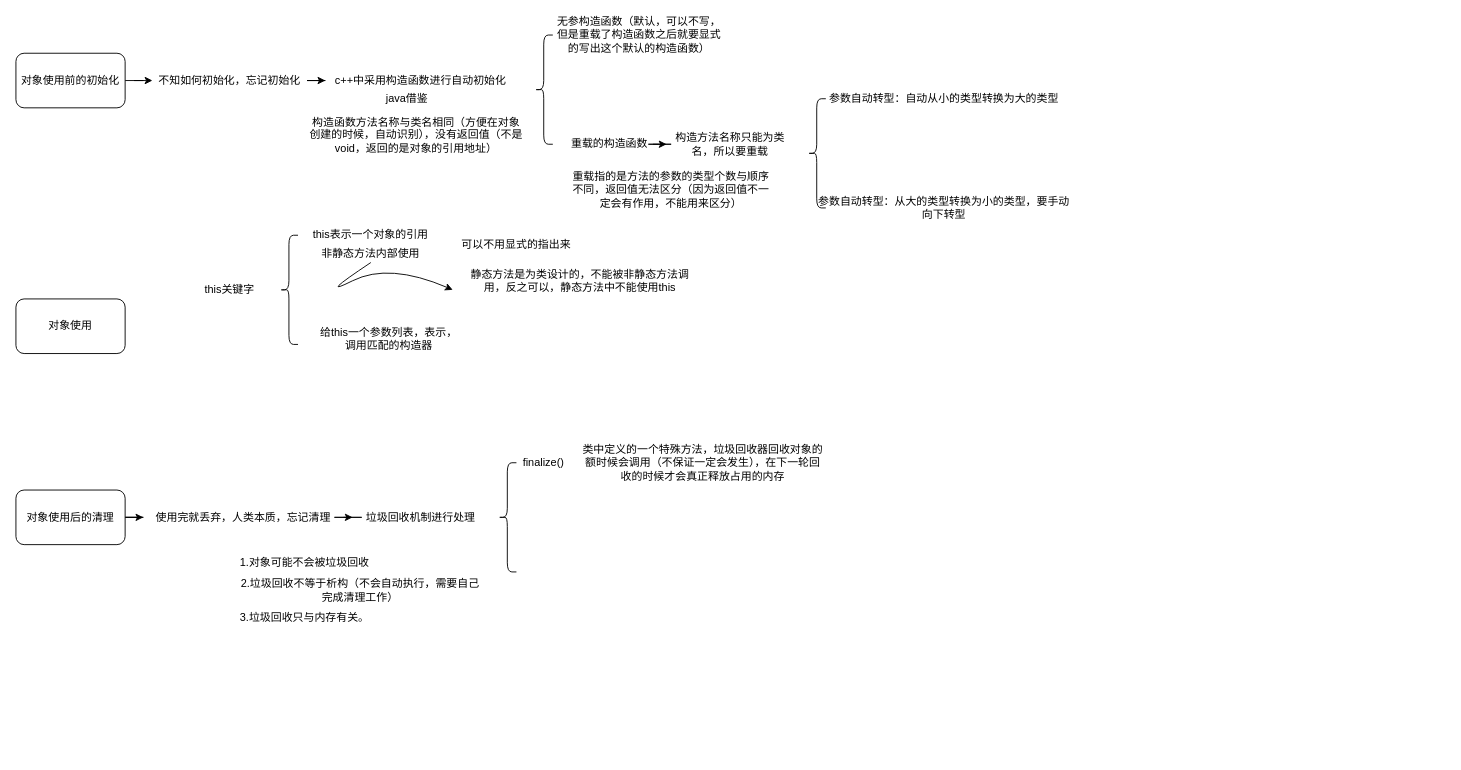
This is OnJava8/MindMap/006/001-stream.drawio from KerwinShi/JavaBookReading, a draw.io file, before an edit. Source tidied: cells renumbered, new cells numbered last; positions are measured from the earlier drawing's top-left corner, leaving out a move shared by most shapes. Both pictures are drawn from the tidied source at 91%, with x=0, y=0 at pixel (15, 25).
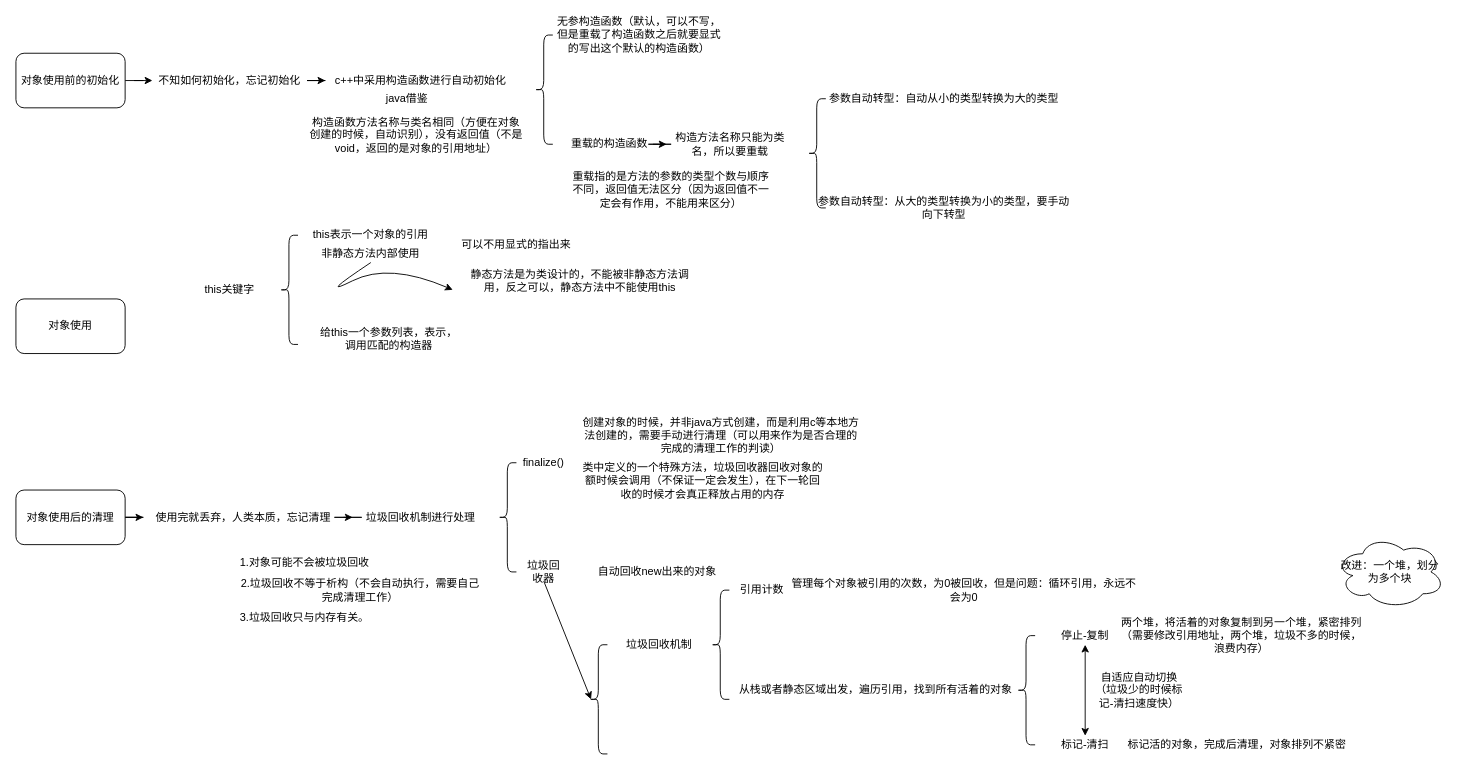
Above is the later version.

Commit message (it also covers changes not shown here):
[add]垃圾回收相关初步阅读onjava8

What changed in the source:
```diff
@@
     <mxCell id="34" value="类中定义的一个特殊方法，垃圾回收器回收对象的额时候会调用（不保证一定会发生），在下一轮回收的时候才会真正释放占用的内存" style="text;html=1;strokeColor=none;fillColor=none;align=center;verticalAlign=middle;whiteSpace=wrap;rounded=0;" parent="1" vertex="1">
-      <mxGeometry x="620" y="470" width="270" height="20" as="geometry" />
+      <mxGeometry x="620" y="490" width="270" height="20" as="geometry" />
     </mxCell>
@@
+    <mxCell id="38" value="垃圾回收器" style="text;html=1;strokeColor=none;fillColor=none;align=center;verticalAlign=middle;whiteSpace=wrap;rounded=0;" parent="1" vertex="1">
+      <mxGeometry x="560" y="590" width="40" height="20" as="geometry" />
+    </mxCell>
+    <mxCell id="39" value="自动回收new出来的对象" style="text;html=1;strokeColor=none;fillColor=none;align=center;verticalAlign=middle;whiteSpace=wrap;rounded=0;" parent="1" vertex="1">
+      <mxGeometry x="620" y="590" width="170" height="20" as="geometry" />
+    </mxCell>
+    <mxCell id="40" value="创建对象的时候，并非java方式创建，而是利用c等本地方法创建的，需要手动进行清理（可以用来作为是否合理的完成的清理工作的判读）" style="text;html=1;strokeColor=none;fillColor=none;align=center;verticalAlign=middle;whiteSpace=wrap;rounded=0;" parent="1" vertex="1">
+      <mxGeometry x="620" y="440" width="310" height="20" as="geometry" />
+    </mxCell>
+    <mxCell id="41" style="endArrow=classic;html=1;exitX=0.5;exitY=1;exitDx=0;exitDy=0;entryX=0.1;entryY=0.5;entryDx=0;entryDy=0;entryPerimeter=0;" parent="1" edge="1" source="38" target="42">
+      <mxGeometry relative="1" as="geometry" />
+    </mxCell>
+    <mxCell id="42" style="shape=curlyBracket;whiteSpace=wrap;html=1;rounded=1;" parent="1" vertex="1">
+      <mxGeometry x="630" y="680" width="20" height="120" as="geometry" />
+    </mxCell>
+    <mxCell id="43" value="垃圾回收机制" style="text;html=1;strokeColor=none;fillColor=none;align=center;verticalAlign=middle;whiteSpace=wrap;rounded=0;" parent="1" vertex="1">
+      <mxGeometry x="653" y="670" width="108" height="20" as="geometry" />
+    </mxCell>
+    <mxCell id="44" style="shape=curlyBracket;whiteSpace=wrap;html=1;rounded=1;" parent="1" vertex="1">
+      <mxGeometry x="764" y="620" width="20" height="120" as="geometry" />
+    </mxCell>
+    <mxCell id="45" value="引用计数" style="text;html=1;strokeColor=none;fillColor=none;align=center;verticalAlign=middle;whiteSpace=wrap;rounded=0;" parent="1" vertex="1">
+      <mxGeometry x="790" y="610" width="60" height="20" as="geometry" />
+    </mxCell>
+    <mxCell id="46" value="管理每个对象被引用的次数，为0被回收，但是问题：循环引用，永远不会为0" style="text;html=1;strokeColor=none;fillColor=none;align=center;verticalAlign=middle;whiteSpace=wrap;rounded=0;" parent="1" vertex="1">
+      <mxGeometry x="850" y="610" width="384" height="20" as="geometry" />
+    </mxCell>
+    <mxCell id="47" value="从栈或者静态区域出发，遍历引用，找到所有活着的对象" style="text;html=1;strokeColor=none;fillColor=none;align=center;verticalAlign=middle;whiteSpace=wrap;rounded=0;" parent="1" vertex="1">
+      <mxGeometry x="755" y="720" width="380" height="20" as="geometry" />
+    </mxCell>
+    <mxCell id="48" style="shape=curlyBracket;whiteSpace=wrap;html=1;rounded=1;" parent="1" vertex="1">
+      <mxGeometry x="1100" y="670" width="20" height="120" as="geometry" />
+    </mxCell>
+    <mxCell id="49" value="停止-复制" style="text;html=1;strokeColor=none;fillColor=none;align=center;verticalAlign=middle;whiteSpace=wrap;rounded=0;" parent="1" vertex="1">
+      <mxGeometry x="1140" y="660" width="70" height="20" as="geometry" />
+    </mxCell>
+    <mxCell id="50" value="两个堆，将活着的对象复制到另一个堆，紧密排列（需要修改引用地址，两个堆，垃圾不多的时候，浪费内存）" style="text;html=1;strokeColor=none;fillColor=none;align=center;verticalAlign=middle;whiteSpace=wrap;rounded=0;" parent="1" vertex="1">
+      <mxGeometry x="1214" y="660" width="266" height="20" as="geometry" />
+    </mxCell>
+    <mxCell id="51" value="标记-清扫" style="text;html=1;strokeColor=none;fillColor=none;align=center;verticalAlign=middle;whiteSpace=wrap;rounded=0;" parent="1" vertex="1">
+      <mxGeometry x="1145" y="780" width="60" height="20" as="geometry" />
+    </mxCell>
+    <mxCell id="52" style="endArrow=classic;startArrow=classic;html=1;entryX=0.5;entryY=1;entryDx=0;entryDy=0;exitX=0.5;exitY=0;exitDx=0;exitDy=0;" parent="1" edge="1" source="51" target="49">
+      <mxGeometry relative="1" as="geometry" />
+    </mxCell>
+    <mxCell id="53" value="自适应自动切换（垃圾少的时候标记-清扫速度快）" style="text;html=1;strokeColor=none;fillColor=none;align=center;verticalAlign=middle;whiteSpace=wrap;rounded=0;" parent="1" vertex="1">
+      <mxGeometry x="1181.5" y="720" width="105" height="20" as="geometry" />
+    </mxCell>
+    <mxCell id="54" value="改进：一个堆，划分为多个块" style="ellipse;shape=cloud;whiteSpace=wrap;html=1;" parent="1" vertex="1">
+      <mxGeometry x="1450" y="560" width="120" height="80" as="geometry" />
+    </mxCell>
+    <mxCell id="55" value="标记活的对象，完成后清理，对象排列不紧密" style="text;html=1;strokeColor=none;fillColor=none;align=center;verticalAlign=middle;whiteSpace=wrap;rounded=0;" parent="1" vertex="1">
+      <mxGeometry x="1214" y="780" width="256" height="20" as="geometry" />
+    </mxCell>
```
